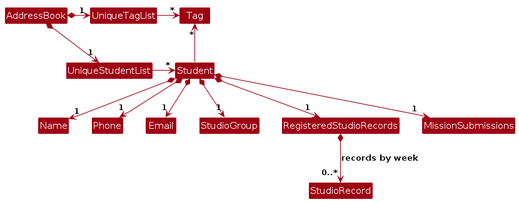
This is diagrams/BetterModelClassDiagram.png from AY2627S1-CS2103T-F14a-1/tp, a PlantUML export, as it was before one commit. Its source is kept beside it as diagrams/BetterModelClassDiagram.puml.
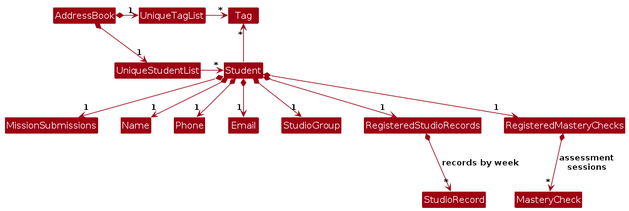
The same diagram one commit later.

Change to the diagram source:
```diff
@@ -1,5 +1,6 @@
 @startuml
 !include style.puml
+skinparam linetype polyline
 skinparam arrowThickness 1.1
 skinparam arrowColor MODEL_COLOR
 skinparam classBackgroundColor MODEL_COLOR
@@ -18,12 +19,16 @@
 Student *--> "1" Email
 Student *--> "1" StudioGroup
 Student *--> "1" RegisteredStudioRecords
-RegisteredStudioRecords *--> "0..*" StudioRecord : records by week
+RegisteredStudioRecords *--> "*" StudioRecord : records by week
 Student *--> "1" MissionSubmissions
+Student *--> "1" RegisteredMasteryChecks
+RegisteredMasteryChecks *-down-> "*" MasteryCheck : assessment\nsessions
 
 Name -[hidden]right-> Phone
 Phone -[hidden]right-> Email
 Email -[hidden]right-> StudioGroup
 StudioGroup -[hidden]right-> RegisteredStudioRecords
-RegisteredStudioRecords -[hidden]right-> MissionSubmissions
+RegisteredStudioRecords -[hidden]right-> RegisteredMasteryChecks
+MissionSubmissions -[hidden]right-> Name
+StudioRecord -[hidden]right-> MasteryCheck
 @enduml
```
